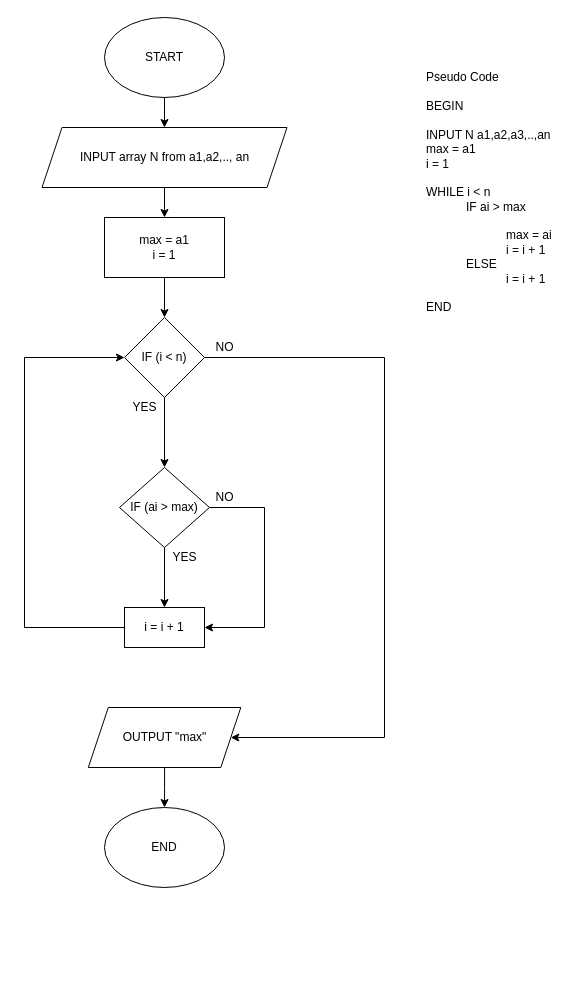
Hoangtq1710/C1120G1-TranQuocHoang keeps this draw.io diagram as Bài 3/Bài Tập/[Bài tập] Mô tả thuật toán tìm giá trị lớn nhất trong một dãy số/[Bài tập] Mô tả thuật toán tìm giá trị lớn nhất trong một dãy số.drawio. Above is the earlier version. Source tidied: cells renumbered, new cells numbered last; positions are measured from the earlier drawing's top-left corner, leaving out a move shared by most shapes. Both pictures are drawn from the tidied source at 100%, with x=0, y=0 at pixel (24, 17).
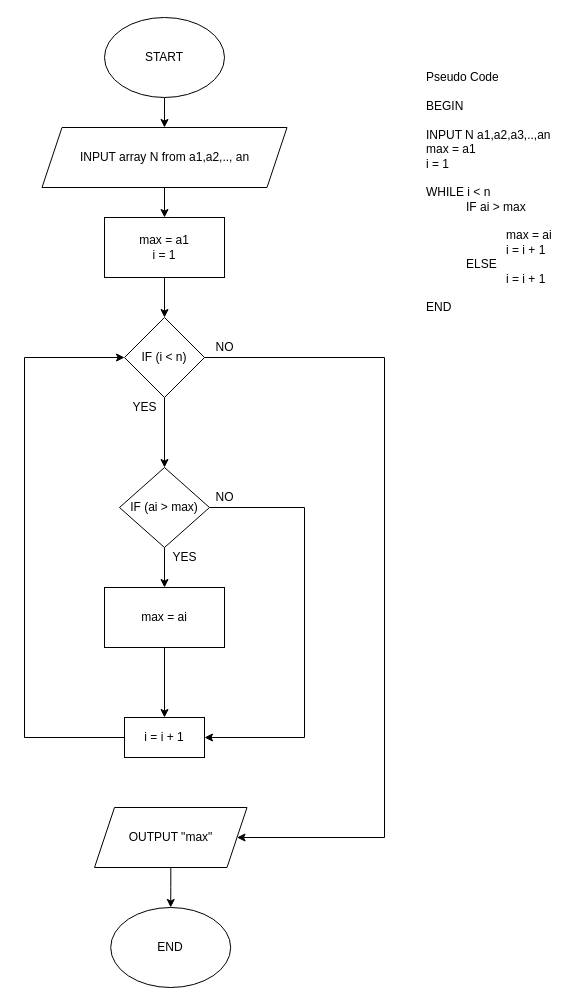
The same page after the edit.

The change refers to these unchanged cells:
```xml
<mxCell id="11" value="IF (i &amp;lt; n)" style="rhombus;whiteSpace=wrap;html=1;" parent="1" vertex="1">
  <mxGeometry x="100" y="300" width="80" height="80" as="geometry" />
</mxCell>
<mxCell id="14" value="IF (ai &amp;gt; max)" style="rhombus;whiteSpace=wrap;html=1;" parent="1" vertex="1">
  <mxGeometry x="95" y="450" width="90" height="80" as="geometry" />
</mxCell>
```

Change to the diagram source:
```diff
@@
     <mxCell id="4" value="END" style="ellipse;whiteSpace=wrap;html=1;" parent="1" vertex="1">
-      <mxGeometry x="80" y="790" width="120" height="80" as="geometry" />
+      <mxGeometry x="86.2" y="890" width="120" height="80" as="geometry" />
     </mxCell>
@@
     <mxCell id="10" style="edgeStyle=orthogonalEdgeStyle;rounded=0;jettySize=auto;html=1;exitX=1;exitY=0.5;exitDx=0;exitDy=0;entryX=1;entryY=0.5;entryDx=0;entryDy=0;" parent="1" edge="1" source="11" target="18">
       <mxGeometry relative="1" as="geometry">
         <Array as="points">
           <mxPoint x="360" y="340" />
-          <mxPoint x="360" y="720" />
+          <mxPoint x="360" y="820" />
         </Array>
       </mxGeometry>
     </mxCell>
@@
-    <mxCell id="12" style="edgeStyle=orthogonalEdgeStyle;rounded=0;jettySize=auto;html=1;" parent="1" edge="1" source="14" target="20">
+    <mxCell id="12" style="edgeStyle=orthogonalEdgeStyle;rounded=0;jettySize=auto;html=1;entryX=0.5;entryY=0;entryDx=0;entryDy=0;" parent="1" edge="1" source="14" target="25">
       <mxGeometry relative="1" as="geometry" />
     </mxCell>
     <mxCell id="13" style="edgeStyle=orthogonalEdgeStyle;rounded=0;jettySize=auto;html=1;entryX=1;entryY=0.5;entryDx=0;entryDy=0;" parent="1" edge="1" source="14" target="20">
       <mxGeometry relative="1" as="geometry">
         <Array as="points">
-          <mxPoint x="240" y="490" />
-          <mxPoint x="240" y="610" />
+          <mxPoint x="280" y="490" />
+          <mxPoint x="280" y="720" />
         </Array>
       </mxGeometry>
     </mxCell>
@@
     <mxCell id="18" value="OUTPUT &quot;max&quot;" style="shape=parallelogram;perimeter=parallelogramPerimeter;whiteSpace=wrap;html=1;fixedSize=1;" parent="1" vertex="1">
-      <mxGeometry x="63.8" y="690" width="152.5" height="60" as="geometry" />
+      <mxGeometry x="70" y="790" width="152.5" height="60" as="geometry" />
     </mxCell>
-    <mxCell id="19" style="edgeStyle=orthogonalEdgeStyle;rounded=0;jettySize=auto;html=1;entryX=0;entryY=0.5;entryDx=0;entryDy=0;" parent="1" edge="1" source="20" target="11">
-      <mxGeometry relative="1" as="geometry">
-        <Array as="points">
-          <mxPoint y="610" />
-          <mxPoint y="340" />
-        </Array>
-      </mxGeometry>
-    </mxCell>
     <mxCell id="20" value="i = i + 1" style="rounded=0;whiteSpace=wrap;html=1;" parent="1" vertex="1">
-      <mxGeometry x="100" y="590" width="80" height="40" as="geometry" />
+      <mxGeometry x="100" y="700" width="80" height="40" as="geometry" />
     </mxCell>
@@
+    <mxCell id="24" style="edgeStyle=orthogonalEdgeStyle;rounded=0;jettySize=auto;html=1;" parent="1" edge="1" source="25" target="20">
+      <mxGeometry relative="1" as="geometry" />
+    </mxCell>
+    <mxCell id="25" value="max = ai" style="rounded=0;whiteSpace=wrap;html=1;" parent="1" vertex="1">
+      <mxGeometry x="80" y="570" width="120" height="60" as="geometry" />
+    </mxCell>
+    <mxCell id="19" style="edgeStyle=orthogonalEdgeStyle;rounded=0;jettySize=auto;html=1;entryX=0;entryY=0.5;entryDx=0;entryDy=0;" parent="1" edge="1" source="20" target="11">
+      <mxGeometry relative="1" as="geometry">
+        <Array as="points">
+          <mxPoint y="720" />
+          <mxPoint y="340" />
+        </Array>
+      </mxGeometry>
+    </mxCell>
```
